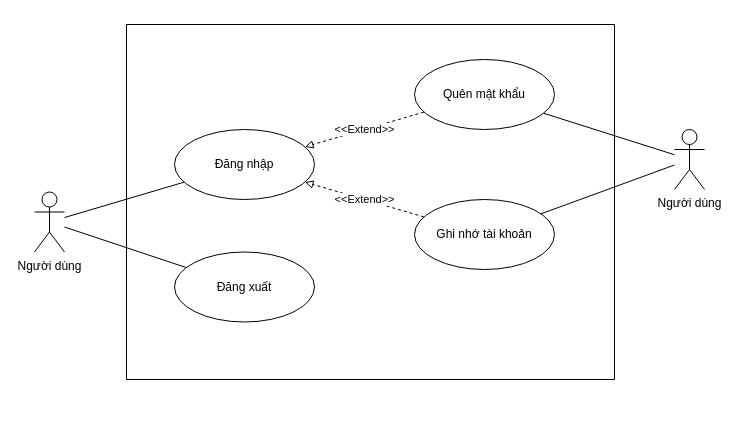
EdgarIgnite16/SGU-Course keeps this draw.io diagram as Nam3_HK1/CNPM_SoftTech/Usecase Diagrams/UD_2_SignIn.drawio. Above is the earlier version. Source tidied: cells renumbered, new cells numbered last; positions are measured from the earlier drawing's top-left corner, leaving out a move shared by most shapes. Both pictures are drawn from the tidied source at 100%, with x=0, y=0 at pixel (34, 24).
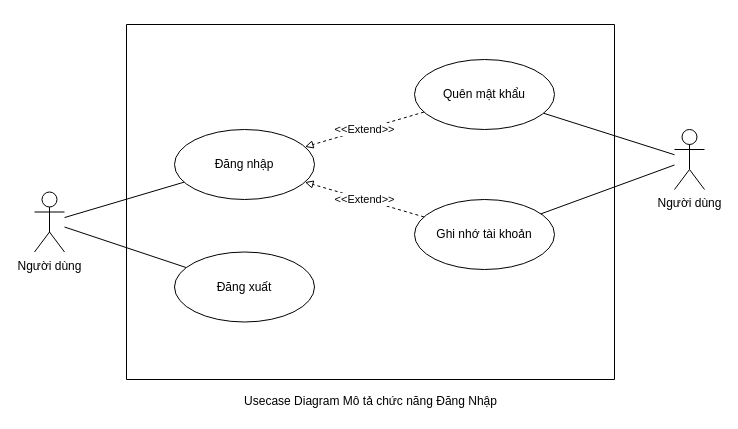
The same page after the edit.

What changed in the source:
```diff
@@
 <mxGraphModel>
   <root>
     <mxCell id="0" />
     <mxCell id="1" parent="0" />
     <mxCell id="2" style="rounded=0;jettySize=auto;html=1;endArrow=none;endFill=0;" parent="1" edge="1" source="4" target="6">
       <mxGeometry relative="1" as="geometry" />
     </mxCell>
     <mxCell id="3" style="edgeStyle=none;rounded=0;jettySize=auto;html=1;endArrow=none;endFill=0;" parent="1" edge="1" source="4" target="11">
       <mxGeometry relative="1" as="geometry" />
     </mxCell>
     <mxCell id="4" value="Người dùng" style="shape=umlActor;verticalLabelPosition=bottom;verticalAlign=top;html=1;outlineConnect=0;" parent="1" vertex="1">
       <mxGeometry y="167.5" width="30" height="60" as="geometry" />
     </mxCell>
     <mxCell id="5" style="swimlane;startSize=0;" parent="1" vertex="1">
       <mxGeometry x="92" width="488" height="355" as="geometry" />
     </mxCell>
     <mxCell id="6" value="Đăng nhập" style="ellipse;whiteSpace=wrap;html=1;" parent="5" vertex="1">
       <mxGeometry x="48" y="105" width="140" height="70" as="geometry" />
     </mxCell>
     <mxCell id="7" value="&amp;lt;&amp;lt;Extend&amp;gt;&amp;gt;" style="jettySize=auto;html=1;strokeColor=default;rounded=0;dashed=1;endArrow=block;endFill=0;" parent="5" edge="1" source="8" target="6">
       <mxGeometry relative="1" as="geometry" />
     </mxCell>
     <mxCell id="8" value="Quên mật khẩu" style="ellipse;whiteSpace=wrap;html=1;" parent="5" vertex="1">
       <mxGeometry x="288" y="35" width="140" height="70" as="geometry" />
     </mxCell>
     <mxCell id="9" value="&amp;lt;&amp;lt;Extend&amp;gt;&amp;gt;" style="edgeStyle=none;rounded=0;jettySize=auto;html=1;dashed=1;endArrow=block;endFill=0;" parent="5" edge="1" source="10" target="6">
       <mxGeometry relative="1" as="geometry" />
     </mxCell>
     <mxCell id="10" value="Ghi nhớ tài khoản" style="ellipse;whiteSpace=wrap;html=1;" parent="5" vertex="1">
       <mxGeometry x="288" y="175" width="140" height="70" as="geometry" />
     </mxCell>
     <mxCell id="11" value="Đăng xuất" style="ellipse;whiteSpace=wrap;html=1;" parent="5" vertex="1">
       <mxGeometry x="48" y="227.5" width="140" height="70" as="geometry" />
     </mxCell>
     <mxCell id="12" style="edgeStyle=none;rounded=0;orthogonalLoop=1;jettySize=auto;html=1;exitX=0.5;exitY=0;exitDx=0;exitDy=0;dashed=1;strokeColor=default;" parent="1" edge="1" source="5" target="5">
       <mxGeometry relative="1" as="geometry" />
     </mxCell>
     <mxCell id="13" style="edgeStyle=none;rounded=0;jettySize=auto;html=1;strokeColor=default;endArrow=none;endFill=0;" parent="1" edge="1" source="15" target="8">
       <mxGeometry relative="1" as="geometry" />
     </mxCell>
     <mxCell id="14" style="edgeStyle=none;rounded=0;jettySize=auto;html=1;strokeColor=default;endArrow=none;endFill=0;" parent="1" edge="1" source="15" target="10">
       <mxGeometry relative="1" as="geometry" />
     </mxCell>
     <mxCell id="15" value="Người dùng" style="shape=umlActor;verticalLabelPosition=bottom;verticalAlign=top;html=1;outlineConnect=0;" parent="1" vertex="1">
       <mxGeometry x="640" y="105" width="30" height="60" as="geometry" />
     </mxCell>
+    <mxCell id="16" value="Usecase Diagram Mô tả chức năng Đăng Nhập" style="text;html=1;align=center;verticalAlign=middle;strokeColor=none;fillColor=none;" parent="1" vertex="1">
+      <mxGeometry x="201" y="367" width="270" height="20" as="geometry" />
+    </mxCell>
   </root>
 </mxGraphModel>
```
